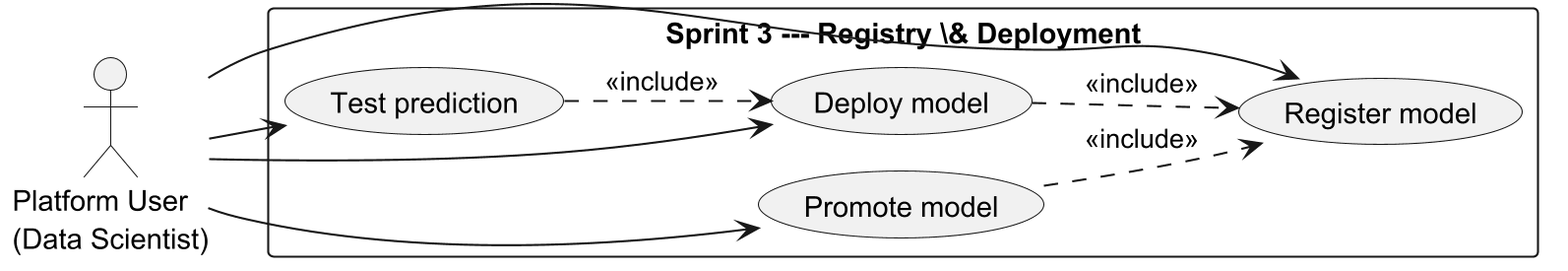
Above: report/images/uc_sprint3.png in Firas-Mahjoubi/pfe-mlops (PlantUML), before the change. Source of this version:
```plantuml
@startuml uc_sprint3
!pragma layout smetana
skinparamlocked dpi 200
left to right direction
skinparam packageStyle rectangle
skinparam shadowing false

actor "Platform User\n(Data Scientist)" as User

rectangle "Sprint 3 --- Registry \& Deployment" {
  usecase "Register model"  as UC1
  usecase "Promote model"   as UC2
  usecase "Deploy model"    as UC3
  usecase "Test prediction" as UC4
}

User --> UC1
User --> UC2
User --> UC3
User --> UC4

UC2 ..> UC1 : <<include>>
UC3 ..> UC1 : <<include>>
UC4 ..> UC3 : <<include>>
@enduml
```
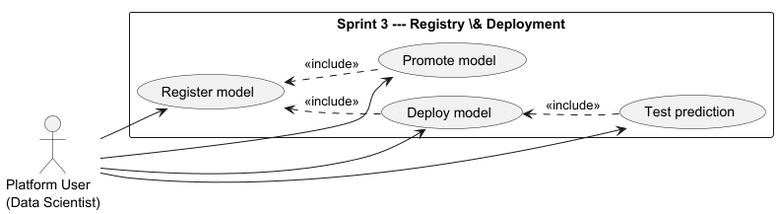
After the commit.

Change to the diagram source:
```diff
@@ -1,6 +1,5 @@
 @startuml uc_sprint3
 !pragma layout smetana
-skinparamlocked dpi 200
 left to right direction
 skinparam packageStyle rectangle
 skinparam shadowing false
@@ -19,6 +18,10 @@
 User --> UC3
 User --> UC4
 
+UC1 -[hidden]right-> UC2
+UC2 -[hidden]right-> UC3
+UC3 -[hidden]right-> UC4
+
 UC2 ..> UC1 : <<include>>
 UC3 ..> UC1 : <<include>>
 UC4 ..> UC3 : <<include>>
```
